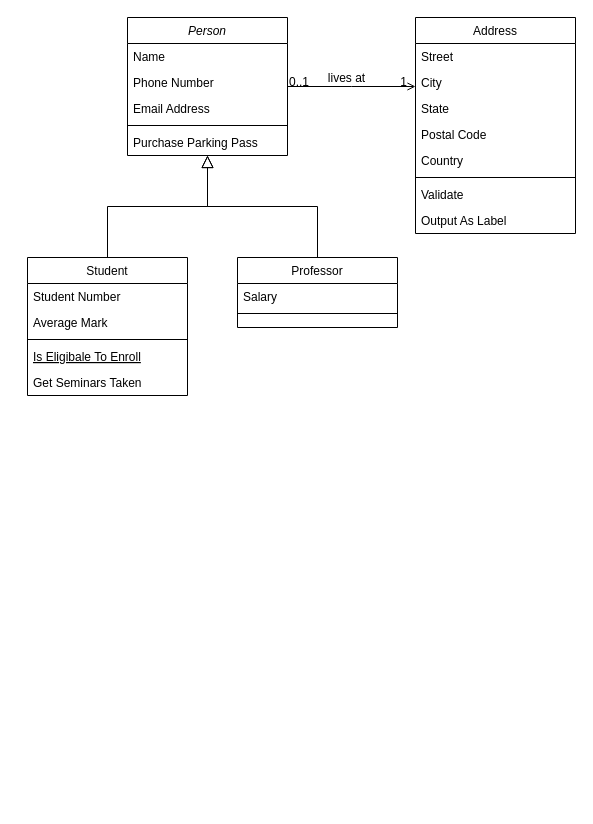
The draw.io diagram 未命名绘图.drawio in liuwei563142075/liuwei563142075.github.io, before the edit. Source tidied: cells renumbered, new cells numbered last; positions are measured from the earlier drawing's top-left corner, leaving out a move shared by most shapes. Both pictures are drawn from the tidied source at 100%, with x=0, y=0 at pixel (27, 17).
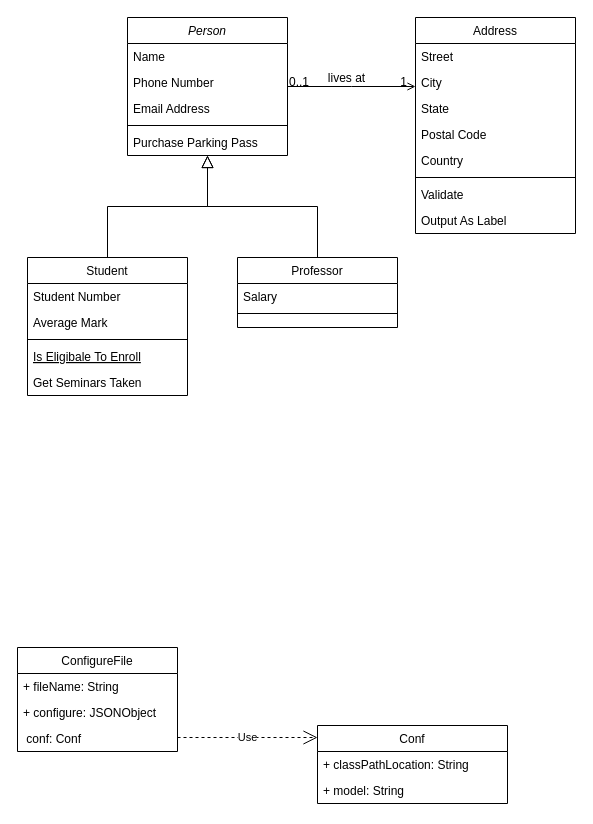
The same page after the edit.

Commit message:
自定义配置系统2.0.drawio

Diff of the diagram source:
```diff
@@
+    <mxCell id="32" value="ConfigureFile" style="swimlane;fontStyle=0;horizontal=1;startSize=26;fillColor=none;" parent="1" vertex="1">
+      <mxGeometry x="-10" y="630" width="160" height="104" as="geometry" />
+    </mxCell>
+    <mxCell id="33" value="+ fileName: String" style="text;strokeColor=none;fillColor=none;align=left;verticalAlign=top;spacingLeft=4;spacingRight=4;overflow=hidden;" parent="32" vertex="1">
+      <mxGeometry y="26" width="160" height="26" as="geometry" />
+    </mxCell>
+    <mxCell id="34" value="+ configure: JSONObject" style="text;strokeColor=none;fillColor=none;align=left;verticalAlign=top;spacingLeft=4;spacingRight=4;overflow=hidden;" parent="32" vertex="1">
+      <mxGeometry y="52" width="160" height="26" as="geometry" />
+    </mxCell>
+    <mxCell id="35" value=" conf: Conf" style="text;strokeColor=none;fillColor=none;align=left;verticalAlign=top;spacingLeft=4;spacingRight=4;overflow=hidden;" parent="32" vertex="1">
+      <mxGeometry y="78" width="160" height="26" as="geometry" />
+    </mxCell>
+    <mxCell id="36" value="Conf" style="swimlane;fontStyle=0;horizontal=1;startSize=26;fillColor=none;" parent="1" vertex="1">
+      <mxGeometry x="290" y="708" width="190" height="78" as="geometry" />
+    </mxCell>
+    <mxCell id="37" value="+ classPathLocation: String" style="text;strokeColor=none;fillColor=none;align=left;verticalAlign=top;spacingLeft=4;spacingRight=4;overflow=hidden;" parent="36" vertex="1">
+      <mxGeometry y="26" width="190" height="26" as="geometry" />
+    </mxCell>
+    <mxCell id="38" value="+ model: String" style="text;strokeColor=none;fillColor=none;align=left;verticalAlign=top;spacingLeft=4;spacingRight=4;overflow=hidden;" parent="36" vertex="1">
+      <mxGeometry y="52" width="190" height="26" as="geometry" />
+    </mxCell>
+    <mxCell id="39" value="Use" style="endArrow=open;endSize=12;dashed=1;html=1;" parent="1" edge="1">
+      <mxGeometry relative="1" as="geometry">
+        <mxPoint x="150" y="720" as="sourcePoint" />
+        <mxPoint x="290" y="720" as="targetPoint" />
+      </mxGeometry>
+    </mxCell>
```
